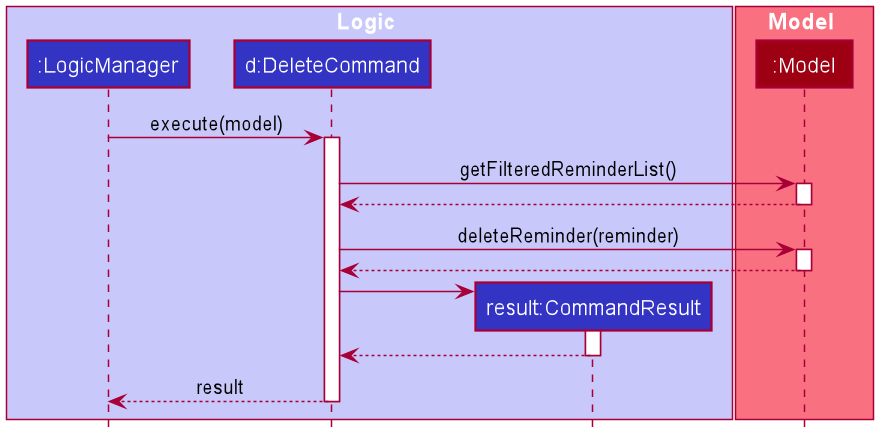
This is docs/images/ReminderExecuteDeleteSequenceDiagram.png from sebastiantoh/tp, a PlantUML export, as it was before one commit.
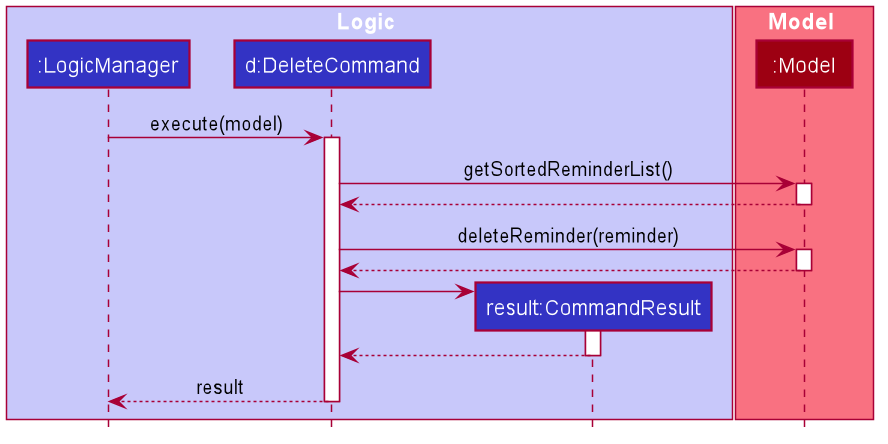
The same file after the commit.

Commit message:
Revert UML change for reminder edit sequence diagram

Diff of the diagram source:
```diff
@@ -63,7 +63,7 @@
 LogicManager -> DeleteCommand : execute(model)
 activate DeleteCommand
 
-DeleteCommand -> Model : getFilteredReminderList()
+DeleteCommand -> Model : getSortedReminderList()
 activate Model
 
 Model --> DeleteCommand
```
